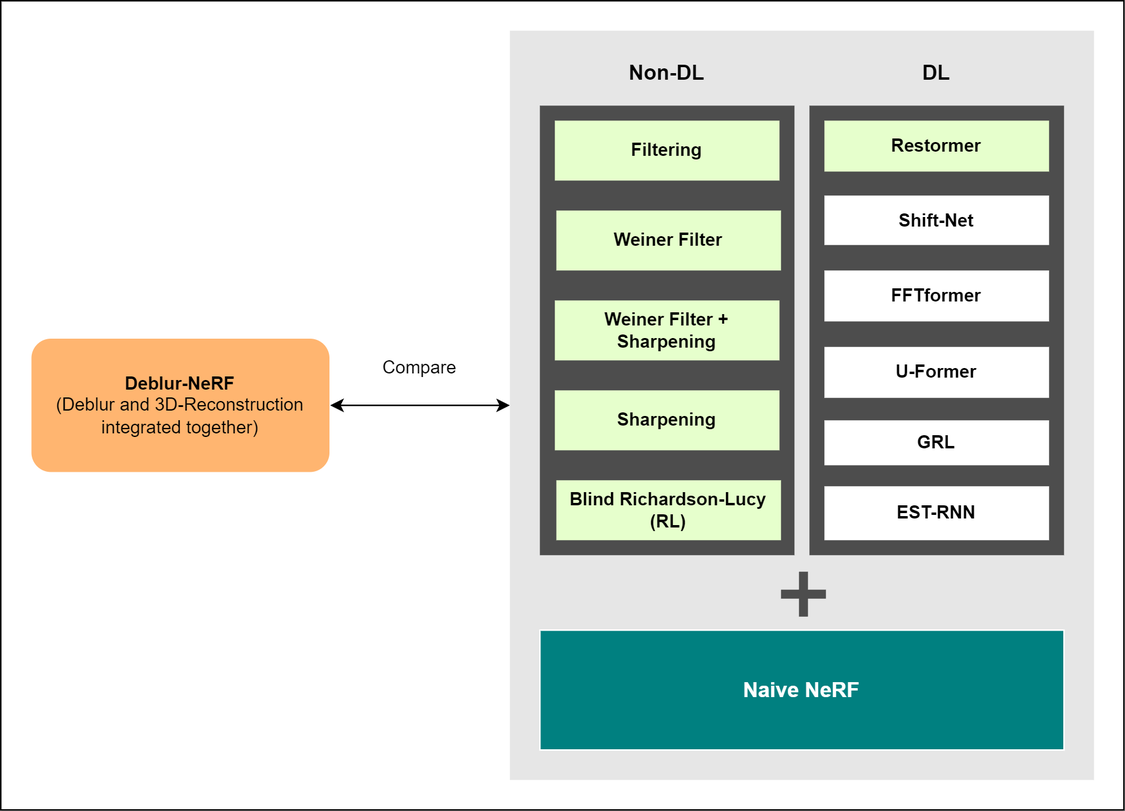
Earlier version of the draw.io export diagrams/project_objective.png (AlaaAlmutawa/BDRP). Source tidied: cells renumbered, new cells last; positions are measured from the earlier drawing's top-left corner, leaving out a move shared by most shapes.
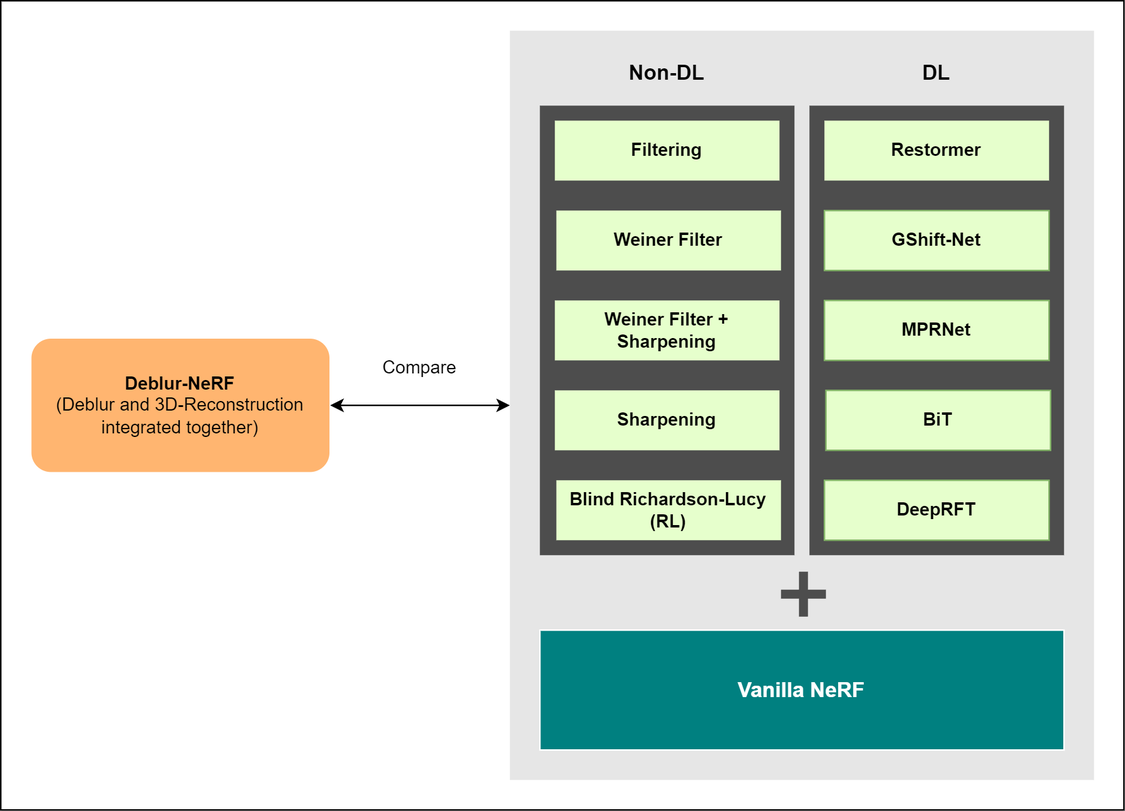
Later version of the same file.

What changed in the source:
```diff
@@ -14,7 +14,7 @@
     <mxCell id="5" value="Compare" style="text;html=1;strokeColor=none;fillColor=none;align=center;verticalAlign=middle;whiteSpace=wrap;rounded=0;" parent="1" vertex="1">
       <mxGeometry x="250" y="230" width="60" height="30" as="geometry" />
     </mxCell>
-    <mxCell id="6" value="&lt;b&gt;&lt;font color=&quot;#ffffff&quot; style=&quot;font-size: 14px;&quot;&gt;Naive NeRF&lt;/font&gt;&lt;/b&gt;" style="rounded=0.5;whiteSpace=wrap;html=1;fillColor=#008080;strokeColor=#FFFFFF;" parent="1" vertex="1">
+    <mxCell id="6" value="&lt;b&gt;&lt;font color=&quot;#ffffff&quot; style=&quot;font-size: 14px;&quot;&gt;Vanilla NeRF&lt;/font&gt;&lt;/b&gt;" style="rounded=0.5;whiteSpace=wrap;html=1;fillColor=#008080;strokeColor=#FFFFFF;" parent="1" vertex="1">
       <mxGeometry x="360" y="420" width="350" height="80" as="geometry" />
     </mxCell>
     <mxCell id="7" style="rounded=0.5;whiteSpace=wrap;html=1;fillColor=#4D4D4D;strokeColor=none;" parent="1" vertex="1">
@@ -39,23 +39,20 @@
       <mxGeometry x="371" y="320" width="150" height="40" as="geometry" />
     </mxCell>
     <mxCell id="14" value="&lt;b&gt;&lt;font style=&quot;font-size: 12px;&quot;&gt;Restormer&lt;/font&gt;&lt;/b&gt;" style="rounded=0.5;whiteSpace=wrap;html=1;fillColor=#E6FFCC;strokeColor=none;" parent="1" vertex="1">
-      <mxGeometry x="550" y="80" width="150" height="34" as="geometry" />
+      <mxGeometry x="550" y="80" width="150" height="40" as="geometry" />
     </mxCell>
-    <mxCell id="15" value="&lt;b&gt;&lt;font style=&quot;font-size: 12px;&quot;&gt;Shift-Net&lt;/font&gt;&lt;/b&gt;" style="rounded=0.5;whiteSpace=wrap;html=1;strokeColor=none;" parent="1" vertex="1">
-      <mxGeometry x="550" y="130" width="150" height="33" as="geometry" />
+    <mxCell id="15" value="&lt;b&gt;&lt;font style=&quot;font-size: 12px;&quot;&gt;GShift-Net&lt;/font&gt;&lt;/b&gt;" style="rounded=0.5;whiteSpace=wrap;html=1;strokeColor=#82b366;fillColor=#E6FFCC;" parent="1" vertex="1">
+      <mxGeometry x="550" y="140" width="150" height="40" as="geometry" />
     </mxCell>
-    <mxCell id="16" value="&lt;b&gt;&lt;font style=&quot;font-size: 12px;&quot;&gt;FFTformer&lt;/font&gt;&lt;/b&gt;" style="rounded=0.5;whiteSpace=wrap;html=1;strokeColor=none;" parent="1" vertex="1">
-      <mxGeometry x="550" y="180" width="150" height="34" as="geometry" />
+    <mxCell id="16" value="&lt;b&gt;&lt;font style=&quot;font-size: 12px;&quot;&gt;MPRNet&lt;/font&gt;&lt;/b&gt;" style="rounded=0.5;whiteSpace=wrap;html=1;strokeColor=#82b366;fillColor=#E6FFCC;" parent="1" vertex="1">
+      <mxGeometry x="550" y="200" width="150" height="40" as="geometry" />
     </mxCell>
-    <mxCell id="17" value="&lt;b&gt;&lt;font style=&quot;font-size: 12px;&quot;&gt;GRL&lt;/font&gt;&lt;/b&gt;" style="rounded=0.5;whiteSpace=wrap;html=1;strokeColor=none;" parent="1" vertex="1">
-      <mxGeometry x="550" y="280" width="150" height="30" as="geometry" />
+    <mxCell id="17" value="&lt;b&gt;&lt;font style=&quot;font-size: 12px;&quot;&gt;DeepRFT&lt;/font&gt;&lt;/b&gt;" style="rounded=0.5;whiteSpace=wrap;html=1;strokeColor=#82b366;fillColor=#E6FFCC;" parent="1" vertex="1">
+      <mxGeometry x="550" y="320" width="150" height="40" as="geometry" />
     </mxCell>
-    <mxCell id="18" value="&lt;b&gt;&lt;font style=&quot;font-size: 12px;&quot;&gt;U-Former&lt;/font&gt;&lt;/b&gt;" style="rounded=0.5;whiteSpace=wrap;html=1;strokeColor=none;" parent="1" vertex="1">
-      <mxGeometry x="550" y="231" width="150" height="34" as="geometry" />
+    <mxCell id="18" value="&lt;b&gt;&lt;font style=&quot;font-size: 12px;&quot;&gt;BiT&lt;/font&gt;&lt;/b&gt;" style="rounded=0.5;whiteSpace=wrap;html=1;strokeColor=#82b366;fillColor=#E6FFCC;" parent="1" vertex="1">
+      <mxGeometry x="551" y="260" width="150" height="40" as="geometry" />
     </mxCell>
-    <mxCell id="19" value="&lt;b&gt;&lt;font style=&quot;font-size: 12px;&quot;&gt;EST-RNN&lt;/font&gt;&lt;/b&gt;" style="rounded=0.5;whiteSpace=wrap;html=1;strokeColor=none;" parent="1" vertex="1">
-      <mxGeometry x="550" y="324" width="150" height="36" as="geometry" />
-    </mxCell>
     <mxCell id="20" value="Non-DL" style="text;html=1;strokeColor=none;fillColor=none;align=center;verticalAlign=middle;whiteSpace=wrap;rounded=0;fontStyle=1;fontSize=14;" parent="1" vertex="1">
       <mxGeometry x="415" y="33" width="60" height="30" as="geometry" />
     </mxCell>
```
